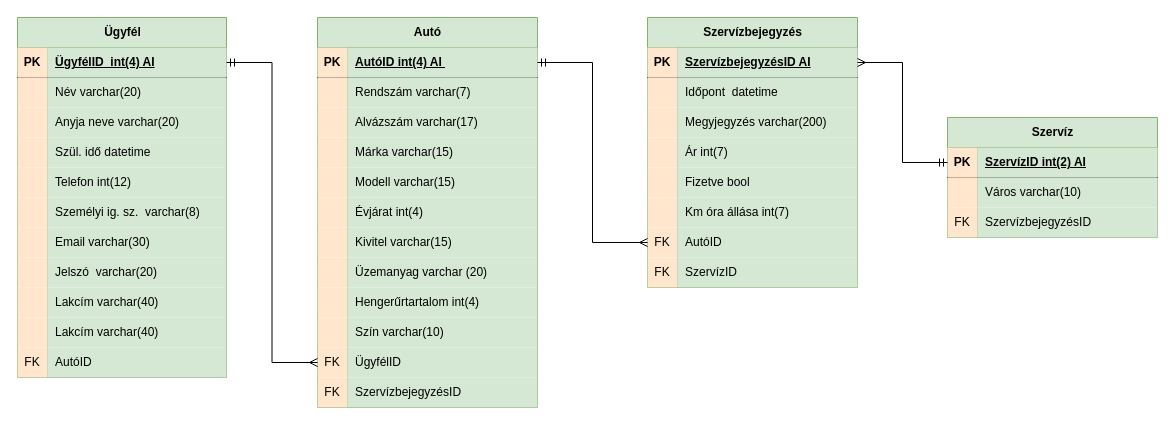
This is Dokumentumok/Adatbázis/Eszerviz.drawio from bsze2szikri/E_szervizkonyv, a draw.io file, before an edit. Source tidied: cells renumbered, new cells numbered last; positions are measured from the earlier drawing's top-left corner, leaving out a move shared by most shapes. Both pictures are drawn from the tidied source at 100%, with x=0, y=0 at pixel (17, 17).
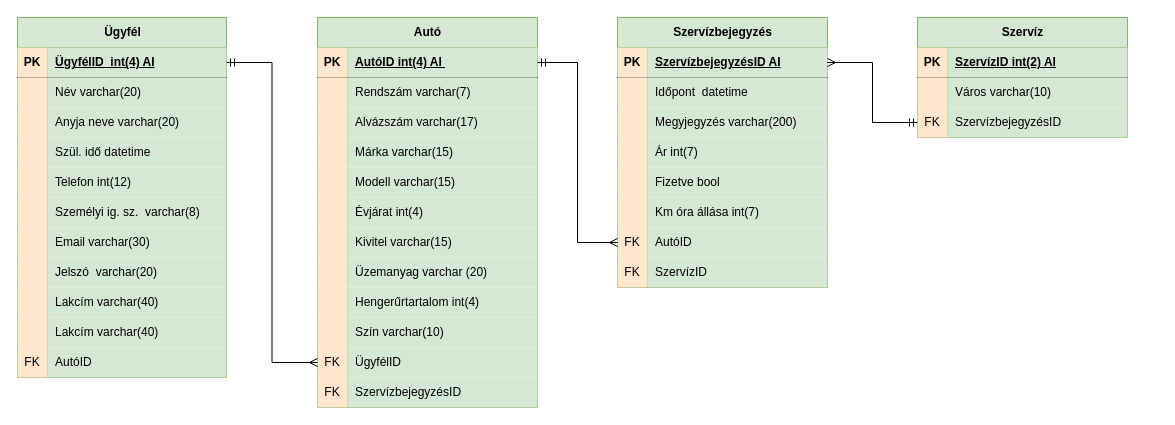
Above is the later version.

Commit message (it also covers changes not shown here):
adatbázis-html

Unchanged cells that the change refers to:
```xml
<mxCell id="74" style="shape=tableRow;horizontal=0;startSize=0;swimlaneHead=0;swimlaneBody=0;fillColor=none;points=[[0,0.5],[1,0.5]];portConstraint=eastwest;top=0;left=0;right=0;bottom=1;" parent="73" vertex="1">
  <mxGeometry y="30" width="210" height="30" as="geometry" />
</mxCell>
<mxCell id="99" style="shape=tableRow;horizontal=0;startSize=0;swimlaneHead=0;swimlaneBody=0;fillColor=none;points=[[0,0.5],[1,0.5]];portConstraint=eastwest;top=0;left=0;right=0;bottom=1;" parent="98" vertex="1">
  <mxGeometry y="30" width="210" height="30" as="geometry" />
</mxCell>
<mxCell id="105" style="shape=tableRow;horizontal=0;startSize=0;swimlaneHead=0;swimlaneBody=0;fillColor=none;points=[[0,0.5],[1,0.5]];portConstraint=eastwest;top=0;left=0;right=0;bottom=0;" parent="98" vertex="1">
  <mxGeometry y="90" width="210" height="30" as="geometry" />
</mxCell>
```

Change to the diagram source:
```diff
@@
     <mxCell id="73" value="Szervízbejegyzés" style="shape=table;startSize=30;childLayout=tableLayout;rowLines=0;fontStyle=1;align=center;html=1;fillColor=#d5e8d4;strokeColor=#82b366;" parent="1" vertex="1">
-      <mxGeometry x="630" width="210" height="270" as="geometry" />
+      <mxGeometry x="600" width="210" height="270" as="geometry" />
     </mxCell>
@@
     <mxCell id="98" value="Szervíz" style="shape=table;startSize=30;childLayout=tableLayout;rowLines=0;fontStyle=1;align=center;html=1;fillColor=#d5e8d4;strokeColor=#82b366;" parent="1" vertex="1">
-      <mxGeometry x="930" y="100" width="210" height="120" as="geometry" />
+      <mxGeometry x="900" width="210" height="120" as="geometry" />
     </mxCell>
@@
-    <mxCell id="110" style="edgeStyle=orthogonalEdgeStyle;rounded=0;jettySize=auto;html=1;entryX=0;entryY=0.5;entryDx=0;entryDy=0;startArrow=ERmany;startFill=0;endArrow=ERmandOne;endFill=0;exitX=1;exitY=0.5;exitDx=0;exitDy=0;" parent="1" edge="1" source="74" target="99">
+    <mxCell id="110" style="edgeStyle=orthogonalEdgeStyle;rounded=0;jettySize=auto;html=1;entryX=0;entryY=0.5;entryDx=0;entryDy=0;startArrow=ERmany;startFill=0;endArrow=ERmandOne;endFill=0;exitX=1;exitY=0.5;exitDx=0;exitDy=0;" parent="1" edge="1" source="74" target="105">
       <mxGeometry relative="1" as="geometry" />
     </mxCell>
```
